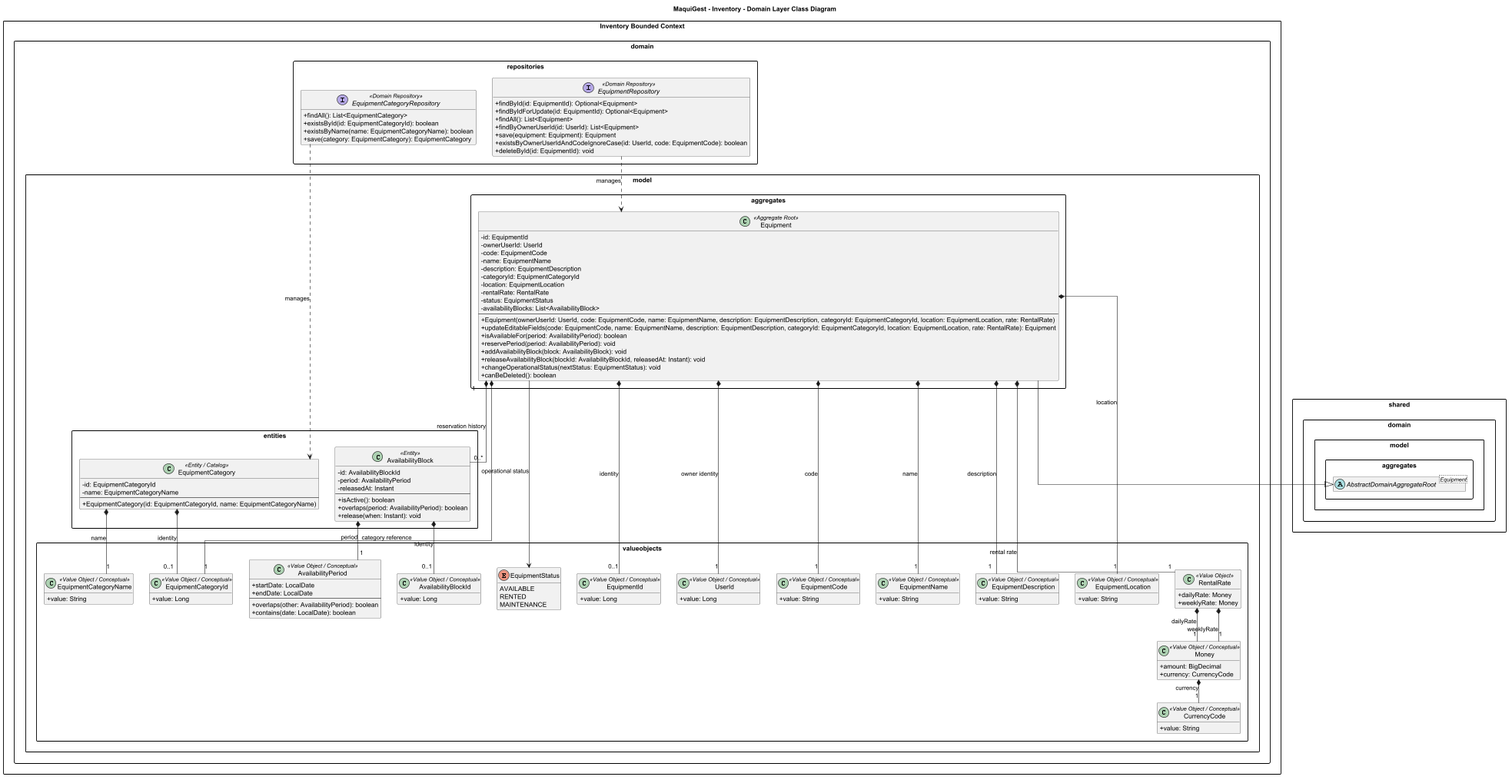
Above: assets/md-images-chapter4/inventory-domain.png in upc-pre-202620-1asi0729-7750-cleancode/maquigest-report (PlantUML), before the change. The source it was exported from:
```plantuml
@startuml
title MaquiGest - Inventory - Domain Layer Class Diagram

top to bottom direction
hide empty members

skinparam packageStyle rectangle
skinparam linetype ortho
skinparam classAttributeIconSize 0
skinparam shadowing false
skinparam nodesep 35
skinparam ranksep 50

package "Inventory Bounded Context" {

    package "domain" {

        package "model" {

            package "aggregates" {

                class Equipment <<Aggregate Root>> {
                    - id: EquipmentId
                    - ownerUserId: UserId
                    - code: EquipmentCode
                    - name: EquipmentName
                    - description: EquipmentDescription
                    - categoryId: EquipmentCategoryId
                    - location: EquipmentLocation
                    - rentalRate: RentalRate
                    - status: EquipmentStatus
                    - availabilityBlocks: List<AvailabilityBlock>
                    --
                    + Equipment(ownerUserId: UserId, code: EquipmentCode, name: EquipmentName, description: EquipmentDescription, categoryId: EquipmentCategoryId, location: EquipmentLocation, rate: RentalRate)
                    + updateEditableFields(code: EquipmentCode, name: EquipmentName, description: EquipmentDescription, categoryId: EquipmentCategoryId, location: EquipmentLocation, rate: RentalRate): Equipment
                    + isAvailableFor(period: AvailabilityPeriod): boolean
                    + reservePeriod(period: AvailabilityPeriod): void
                    + addAvailabilityBlock(block: AvailabilityBlock): void
                    + releaseAvailabilityBlock(blockId: AvailabilityBlockId, releasedAt: Instant): void
                    + changeOperationalStatus(nextStatus: EquipmentStatus): void
                    + canBeDeleted(): boolean
                }
            }

            package "entities" {

                class AvailabilityBlock <<Entity>> {
                    - id: AvailabilityBlockId
                    - period: AvailabilityPeriod
                    - releasedAt: Instant
                    --
                    + isActive(): boolean
                    + overlaps(period: AvailabilityPeriod): boolean
                    + release(when: Instant): void
                }

                class EquipmentCategory <<Entity / Catalog>> {
                    - id: EquipmentCategoryId
                    - name: EquipmentCategoryName
                    --
                    + EquipmentCategory(id: EquipmentCategoryId, name: EquipmentCategoryName)
                }
            }

            package "valueobjects" {

                class EquipmentId <<Value Object / Conceptual>> {
                    + value: Long
                }

                class UserId <<Value Object / Conceptual>> {
                    + value: Long
                }

                class EquipmentCode <<Value Object / Conceptual>> {
                    + value: String
                }

                class EquipmentName <<Value Object / Conceptual>> {
                    + value: String
                }

                class EquipmentDescription <<Value Object / Conceptual>> {
                    + value: String
                }

                class EquipmentCategoryId <<Value Object / Conceptual>> {
                    + value: Long
                }

                class EquipmentCategoryName <<Value Object / Conceptual>> {
                    + value: String
                }

                class EquipmentLocation <<Value Object / Conceptual>> {
                    + value: String
                }

                class AvailabilityBlockId <<Value Object / Conceptual>> {
                    + value: Long
                }

                class AvailabilityPeriod <<Value Object / Conceptual>> {
                    + startDate: LocalDate
                    + endDate: LocalDate
                    --
                    + overlaps(other: AvailabilityPeriod): boolean
                    + contains(date: LocalDate): boolean
                }

                class Money <<Value Object / Conceptual>> {
                    + amount: BigDecimal
                    + currency: CurrencyCode
                }

                class CurrencyCode <<Value Object / Conceptual>> {
                    + value: String
                }

                class RentalRate <<Value Object>> {
                    + dailyRate: Money
                    + weeklyRate: Money
                }

                enum EquipmentStatus {
                    AVAILABLE
                    RENTED
                    MAINTENANCE
                }
            }
        }

        package "repositories" {

            interface EquipmentRepository <<Domain Repository>> {
                + findById(id: EquipmentId): Optional<Equipment>
                + findByIdForUpdate(id: EquipmentId): Optional<Equipment>
                + findAll(): List<Equipment>
                + findByOwnerUserId(id: UserId): List<Equipment>
                + save(equipment: Equipment): Equipment
                + existsByOwnerUserIdAndCodeIgnoreCase(id: UserId, code: EquipmentCode): boolean
                + deleteById(id: EquipmentId): void
            }

            interface EquipmentCategoryRepository <<Domain Repository>> {
                + findAll(): List<EquipmentCategory>
                + existsById(id: EquipmentCategoryId): boolean
                + existsByName(name: EquipmentCategoryName): boolean
                + save(category: EquipmentCategory): EquipmentCategory
            }
        }
    }
}

package "shared" {

    package "domain" {

        package "model" {

            package "aggregates" {

                abstract class "AbstractDomainAggregateRoot<Equipment>" as AggregateRoot
            }
        }
    }
}

Equipment --|> AggregateRoot

Equipment *-- "0..1" EquipmentId : identity
Equipment *-- "1" UserId : owner identity
Equipment *-- "1" EquipmentCode : code
Equipment *-- "1" EquipmentName : name
Equipment *-- "1" EquipmentDescription : description
Equipment *-- "1" EquipmentCategoryId : category reference
Equipment *-- "1" EquipmentLocation : location
Equipment *-- "1" RentalRate : rental rate

Equipment --> EquipmentStatus : operational status

Equipment "1" *-- "0..*" AvailabilityBlock : reservation history

AvailabilityBlock *-- "0..1" AvailabilityBlockId : identity
AvailabilityBlock *-- "1" AvailabilityPeriod : period

EquipmentCategory *-- "0..1" EquipmentCategoryId : identity
EquipmentCategory *-- "1" EquipmentCategoryName : name

RentalRate *-- "1" Money : dailyRate
RentalRate *-- "1" Money : weeklyRate
Money *-- "1" CurrencyCode : currency

EquipmentRepository ..> Equipment : manages
EquipmentCategoryRepository ..> EquipmentCategory : manages

@enduml
```
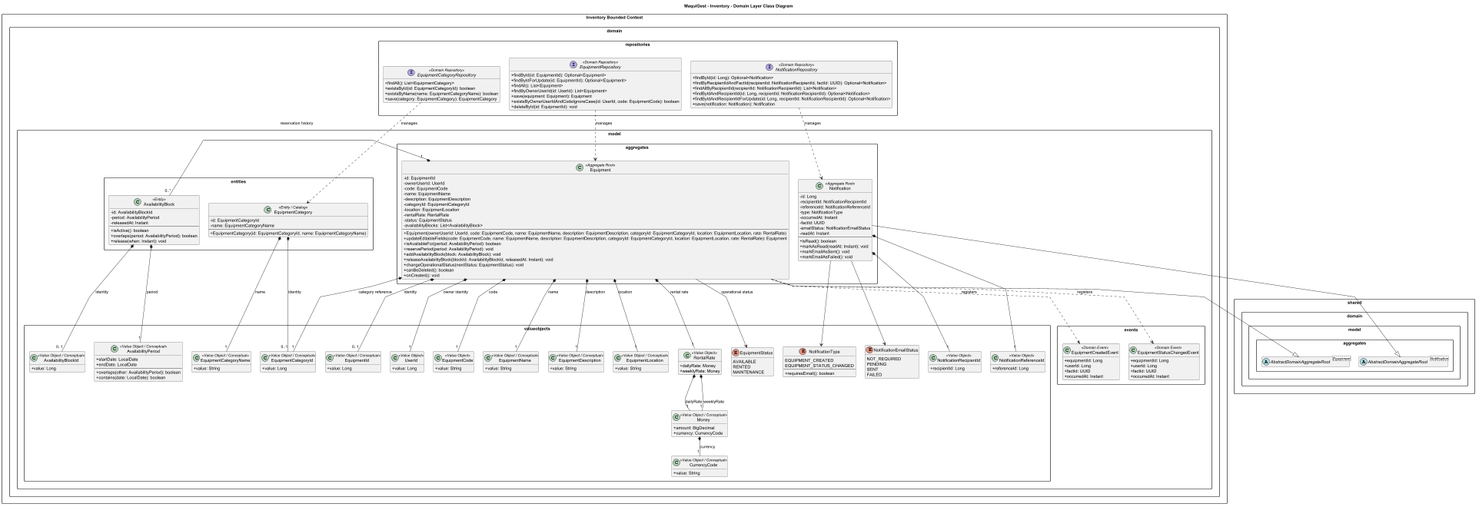
After the commit.

Commit message:
docs(inventory): update inventory class diagrams assets

Change to the diagram source:
```diff
@@ -5,11 +5,11 @@
 hide empty members
 
 skinparam packageStyle rectangle
-skinparam linetype ortho
+skinparam linetype polyline
 skinparam classAttributeIconSize 0
 skinparam shadowing false
-skinparam nodesep 35
-skinparam ranksep 50
+skinparam nodesep 30
+skinparam ranksep 45
 
 package "Inventory Bounded Context" {
 
@@ -39,6 +39,23 @@
                     + releaseAvailabilityBlock(blockId: AvailabilityBlockId, releasedAt: Instant): void
                     + changeOperationalStatus(nextStatus: EquipmentStatus): void
                     + canBeDeleted(): boolean
+                    + onCreated(): void
+                }
+
+                class Notification <<Aggregate Root>> {
+                    - id: Long
+                    - recipientId: NotificationRecipientId
+                    - referenceId: NotificationReferenceId
+                    - type: NotificationType
+                    - occurredAt: Instant
+                    - factId: UUID
+                    - emailStatus: NotificationEmailStatus
+                    - readAt: Instant
+                    --
+                    + isRead(): boolean
+                    + markAsRead(readAt: Instant): void
+                    + markEmailAsSent(): void
+                    + markEmailAsFailed(): void
                 }
             }
 
@@ -68,11 +85,11 @@
                     + value: Long
                 }
 
-                class UserId <<Value Object / Conceptual>> {
+                class UserId <<Value Object>> {
                     + value: Long
                 }
 
-                class EquipmentCode <<Value Object / Conceptual>> {
+                class EquipmentCode <<Value Object>> {
                     + value: String
                 }
 
@@ -127,6 +144,45 @@
                     RENTED
                     MAINTENANCE
                 }
+
+                class NotificationRecipientId <<Value Object>> {
+                    + recipientId: Long
+                }
+
+                class NotificationReferenceId <<Value Object>> {
+                    + referenceId: Long
+                }
+
+                enum NotificationType {
+                    EQUIPMENT_CREATED
+                    EQUIPMENT_STATUS_CHANGED
+                    --
+                    + requiresEmail(): boolean
+                }
+
+                enum NotificationEmailStatus {
+                    NOT_REQUIRED
+                    PENDING
+                    SENT
+                    FAILED
+                }
+            }
+
+            package "events" {
+
+                class EquipmentCreatedEvent <<Domain Event>> {
+                    + equipmentId: Long
+                    + userId: Long
+                    + factId: UUID
+                    + occurredAt: Instant
+                }
+
+                class EquipmentStatusChangedEvent <<Domain Event>> {
+                    + equipmentId: Long
+                    + userId: Long
+                    + factId: UUID
+                    + occurredAt: Instant
+                }
             }
         }
 
@@ -148,25 +204,28 @@
                 + existsByName(name: EquipmentCategoryName): boolean
                 + save(category: EquipmentCategory): EquipmentCategory
             }
-        }
-    }
-}
 
-package "shared" {
-
-    package "domain" {
-
-        package "model" {
-
-            package "aggregates" {
-
-                abstract class "AbstractDomainAggregateRoot<Equipment>" as AggregateRoot
+            interface NotificationRepository <<Domain Repository>> {
+                + findById(id: Long): Optional<Notification>
+                + findByRecipientIdAndFactId(recipientId: NotificationRecipientId, factId: UUID): Optional<Notification>
+                + findAllByRecipientId(recipientId: NotificationRecipientId): List<Notification>
+                + findByIdAndRecipientId(id: Long, recipientId: NotificationRecipientId): Optional<Notification>
+                + findByIdAndRecipientIdForUpdate(id: Long, recipientId: NotificationRecipientId): Optional<Notification>
+                + save(notification: Notification): Notification
             }
         }
     }
 }
 
-Equipment --|> AggregateRoot
+package "shared.domain.model.aggregates" {
+
+    abstract class "AbstractDomainAggregateRoot<Equipment>" as EquipmentRoot
+
+    abstract class "AbstractDomainAggregateRoot<Notification>" as NotificationRoot
+}
+
+Equipment --|> EquipmentRoot
+Notification --|> NotificationRoot
 
 Equipment *-- "0..1" EquipmentId : identity
 Equipment *-- "1" UserId : owner identity
@@ -191,7 +250,16 @@
 RentalRate *-- "1" Money : weeklyRate
 Money *-- "1" CurrencyCode : currency
 
+Equipment ..> EquipmentCreatedEvent : registers
+Equipment ..> EquipmentStatusChangedEvent : registers
+
+Notification *-- "1" NotificationRecipientId
+Notification *-- "1" NotificationReferenceId
+Notification --> NotificationType
+Notification --> NotificationEmailStatus
+
 EquipmentRepository ..> Equipment : manages
 EquipmentCategoryRepository ..> EquipmentCategory : manages
+NotificationRepository ..> Notification : manages
 
 @enduml
```
